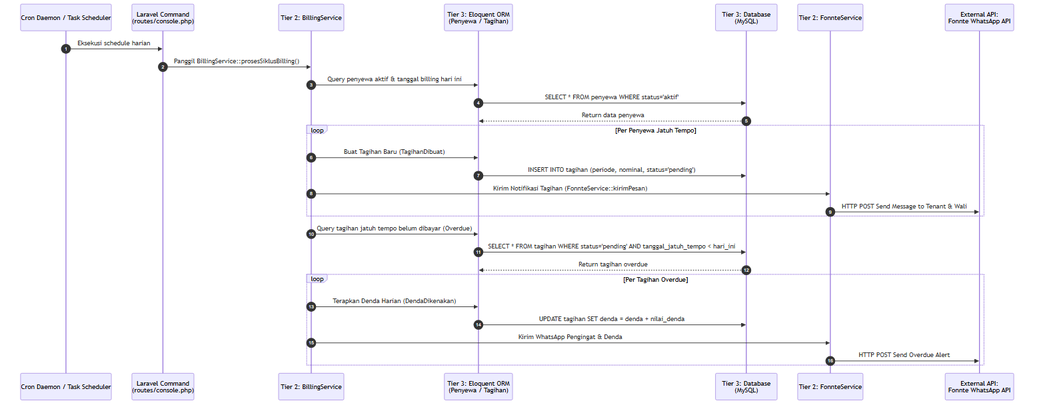
The Mermaid diagram Blueprint/component/component_billing_sequence.png in rafifarsyapradiva/asri-boarding-house, before a commit. Its source is kept beside it as Blueprint/component/component_billing_sequence.mmd. Source of this version:
```mermaid
sequenceDiagram
    autonumber
    participant Cron as Cron Daemon / Task Scheduler
    participant Artisan as Laravel Command<br/>(routes/console.php)
    participant Service as Tier 2: BillingService
    participant Model as Tier 3: Eloquent ORM<br/>(Penyewa / Tagihan)
    participant DB as Tier 3: Database<br/>(MySQL)
    participant Fonnte as Tier 2: FonnteService
    participant WA as External API:<br/>Fonnte WhatsApp API

    Cron->>Artisan: Eksekusi schedule harian
    Artisan->>Service: Panggil BillingService::prosesSiklusBilling()
    Service->>Model: Query penyewa aktif & tanggal billing hari ini
    Model->>DB: SELECT * FROM penyewa WHERE status='aktif'
    DB-->>Model: Return data penyewa

    loop Per Penyewa Jatuh Tempo
        Service->>Model: Buat Tagihan Baru (TagihanDibuat)
        Model->>DB: INSERT INTO tagihan (periode, nominal, status='pending')
        Service->>Fonnte: Kirim Notifikasi Tagihan (FonnteService::kirimPesan)
        Fonnte->>WA: HTTP POST Send Message to Tenant & Wali
    end

    Service->>Model: Query tagihan jatuh tempo belum dibayar (Overdue)
    Model->>DB: SELECT * FROM tagihan WHERE status='pending' AND tanggal_jatuh_tempo < hari_ini
    DB-->>Model: Return tagihan overdue

    loop Per Tagihan Overdue
        Service->>Model: Terapkan Denda Harian (DendaDikenakan)
        Model->>DB: UPDATE tagihan SET denda = denda + nilai_denda
        Service->>Fonnte: Kirim WhatsApp Pengingat & Denda
        Fonnte->>WA: HTTP POST Send Overdue Alert
    end
```
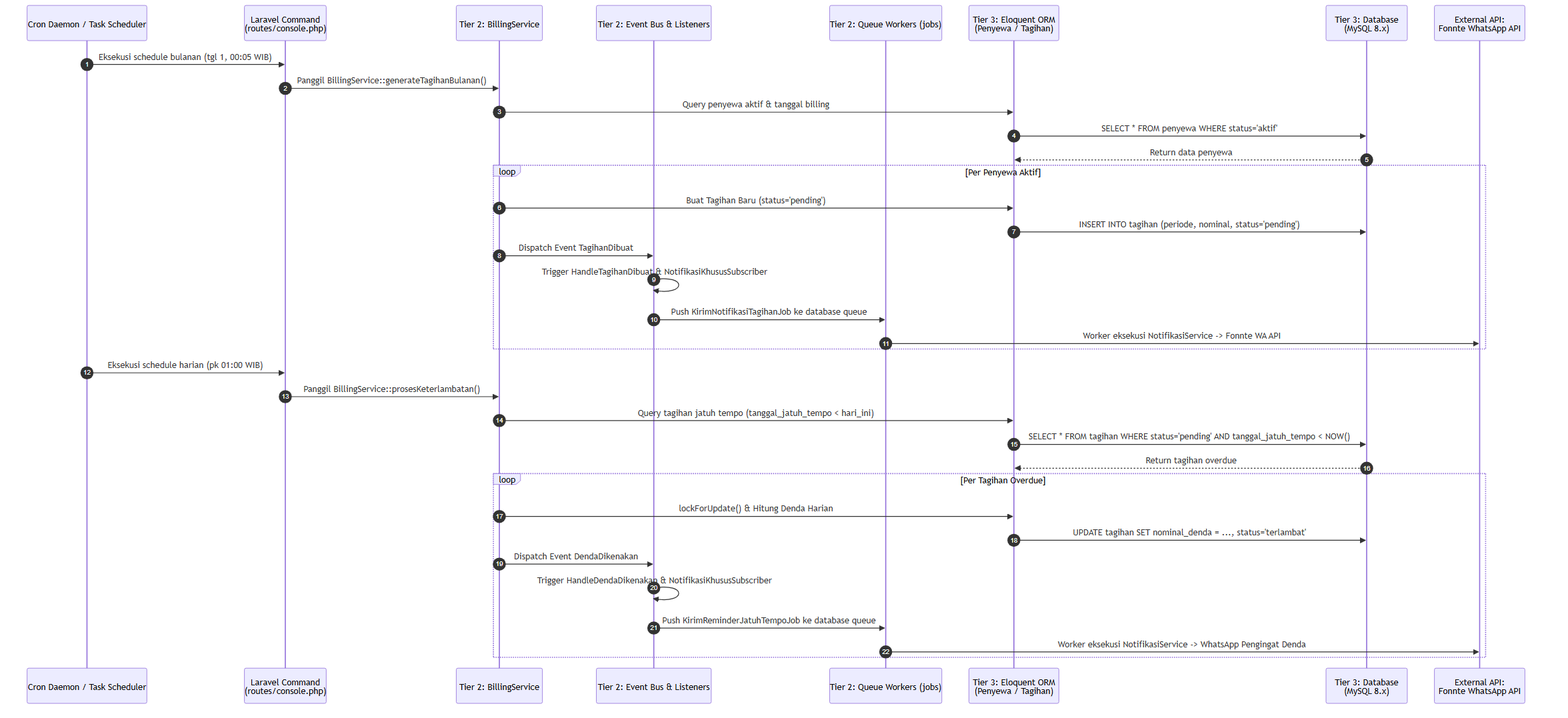
After the commit.

Diff of the diagram source:
```diff
@@ -3,31 +3,38 @@
     participant Cron as Cron Daemon / Task Scheduler
     participant Artisan as Laravel Command<br/>(routes/console.php)
     participant Service as Tier 2: BillingService
+    participant EventBus as Tier 2: Event Bus & Listeners
+    participant Queue as Tier 2: Queue Workers (jobs)
     participant Model as Tier 3: Eloquent ORM<br/>(Penyewa / Tagihan)
-    participant DB as Tier 3: Database<br/>(MySQL)
-    participant Fonnte as Tier 2: FonnteService
-    participant WA as External API:<br/>Fonnte WhatsApp API
+    participant DB as Tier 3: Database<br/>(MySQL 8.x)
+    participant Fonnte as External API:<br/>Fonnte WhatsApp API
 
-    Cron->>Artisan: Eksekusi schedule harian
-    Artisan->>Service: Panggil BillingService::prosesSiklusBilling()
-    Service->>Model: Query penyewa aktif & tanggal billing hari ini
+    Cron->>Artisan: Eksekusi schedule bulanan (tgl 1, 00:05 WIB)
+    Artisan->>Service: Panggil BillingService::generateTagihanBulanan()
+    Service->>Model: Query penyewa aktif & tanggal billing
     Model->>DB: SELECT * FROM penyewa WHERE status='aktif'
     DB-->>Model: Return data penyewa
 
-    loop Per Penyewa Jatuh Tempo
-        Service->>Model: Buat Tagihan Baru (TagihanDibuat)
+    loop Per Penyewa Aktif
+        Service->>Model: Buat Tagihan Baru (status='pending')
         Model->>DB: INSERT INTO tagihan (periode, nominal, status='pending')
-        Service->>Fonnte: Kirim Notifikasi Tagihan (FonnteService::kirimPesan)
-        Fonnte->>WA: HTTP POST Send Message to Tenant & Wali
+        Service->>EventBus: Dispatch Event TagihanDibuat
+        EventBus->>EventBus: Trigger HandleTagihanDibuat & NotifikasiKhususSubscriber
+        EventBus->>Queue: Push KirimNotifikasiTagihanJob ke database queue
+        Queue->>Fonnte: Worker eksekusi NotifikasiService -> Fonnte WA API
     end
 
-    Service->>Model: Query tagihan jatuh tempo belum dibayar (Overdue)
-    Model->>DB: SELECT * FROM tagihan WHERE status='pending' AND tanggal_jatuh_tempo < hari_ini
+    Cron->>Artisan: Eksekusi schedule harian (pk 01:00 WIB)
+    Artisan->>Service: Panggil BillingService::prosesKeterlambatan()
+    Service->>Model: Query tagihan jatuh tempo (tanggal_jatuh_tempo < hari_ini)
+    Model->>DB: SELECT * FROM tagihan WHERE status='pending' AND tanggal_jatuh_tempo < NOW()
     DB-->>Model: Return tagihan overdue
 
     loop Per Tagihan Overdue
-        Service->>Model: Terapkan Denda Harian (DendaDikenakan)
-        Model->>DB: UPDATE tagihan SET denda = denda + nilai_denda
-        Service->>Fonnte: Kirim WhatsApp Pengingat & Denda
-        Fonnte->>WA: HTTP POST Send Overdue Alert
+        Service->>Model: lockForUpdate() & Hitung Denda Harian
+        Model->>DB: UPDATE tagihan SET nominal_denda = ..., status='terlambat'
+        Service->>EventBus: Dispatch Event DendaDikenakan
+        EventBus->>EventBus: Trigger HandleDendaDikenakan & NotifikasiKhususSubscriber
+        EventBus->>Queue: Push KirimReminderJatuhTempoJob ke database queue
+        Queue->>Fonnte: Worker eksekusi NotifikasiService -> WhatsApp Pengingat Denda
     end
```
